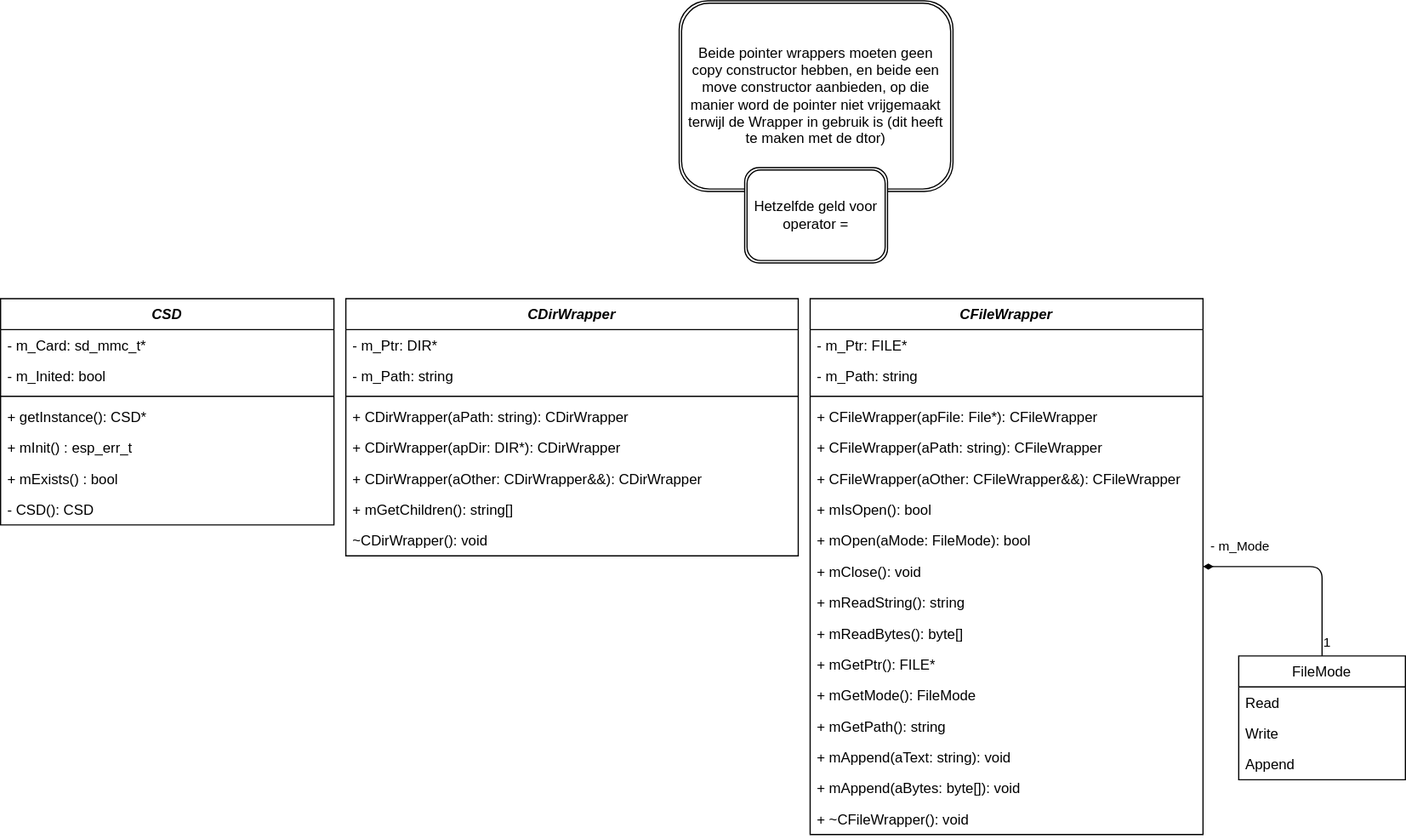
The draw.io diagram uml/sd-abstraction.drawio.svg in SenseBoxTI/FirmwareDesign, before a commit. Source tidied: cells renumbered, new cells last; positions are measured from the earlier drawing's top-left corner, leaving out a move shared by most shapes.
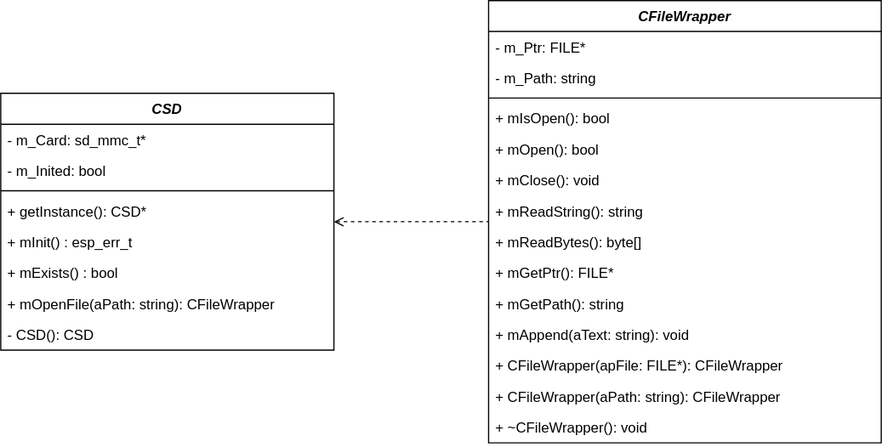
Above is the later version.

Commit message:
Remove c++ specific method definitions, remove dirs since those won't be used

The edit, as a diff of the source:
```diff
@@ -2,8 +2,11 @@
   <root>
     <mxCell id="0" />
     <mxCell id="1" parent="0" />
+    <mxCell id="46" style="edgeStyle=none;html=1;exitX=1;exitY=0.5;exitDx=0;exitDy=0;entryX=0;entryY=0.5;entryDx=0;entryDy=0;startArrow=open;startFill=0;endArrow=none;endFill=0;dashed=1;" parent="1" edge="1" source="2" target="10">
+      <mxGeometry relative="1" as="geometry" />
+    </mxCell>
     <mxCell id="2" value="CSD" style="swimlane;fontStyle=3;align=center;verticalAlign=top;horizontal=1;startSize=26;" parent="1" vertex="1">
-      <mxGeometry y="250" width="280" height="190" as="geometry" />
+      <mxGeometry x="-110" y="328" width="280" height="216" as="geometry" />
     </mxCell>
     <mxCell id="3" value="- m_Card: sd_mmc_t*" style="text;strokeColor=none;fillColor=none;align=left;verticalAlign=top;spacingLeft=4;spacingRight=4;overflow=hidden;" parent="2" vertex="1">
       <mxGeometry y="26" width="280" height="26" as="geometry" />
@@ -23,11 +26,14 @@
     <mxCell id="8" value="+ mExists() : bool" style="text;strokeColor=none;fillColor=none;align=left;verticalAlign=top;spacingLeft=4;spacingRight=4;overflow=hidden;fontStyle=0;" parent="2" vertex="1">
       <mxGeometry y="138" width="280" height="26" as="geometry" />
     </mxCell>
+    <mxCell id="38" value="+ mOpenFile(aPath: string): CFileWrapper" style="text;strokeColor=none;fillColor=none;align=left;verticalAlign=top;spacingLeft=4;spacingRight=4;overflow=hidden;" parent="2" vertex="1">
+      <mxGeometry y="164" width="280" height="26" as="geometry" />
+    </mxCell>
     <mxCell id="9" value="- CSD(): CSD" style="text;strokeColor=none;fillColor=none;align=left;verticalAlign=top;spacingLeft=4;spacingRight=4;overflow=hidden;" parent="2" vertex="1">
-      <mxGeometry y="164" width="280" height="26" as="geometry" />
+      <mxGeometry y="190" width="280" height="26" as="geometry" />
     </mxCell>
     <mxCell id="10" value="CFileWrapper" style="swimlane;fontStyle=3;align=center;verticalAlign=top;horizontal=1;startSize=26;" parent="1" vertex="1">
-      <mxGeometry x="680" y="250" width="330" height="450" as="geometry" />
+      <mxGeometry x="300" y="250" width="330" height="372" as="geometry" />
     </mxCell>
     <mxCell id="11" value="- m_Ptr: FILE*" style="text;strokeColor=none;fillColor=none;align=left;verticalAlign=top;spacingLeft=4;spacingRight=4;overflow=hidden;" parent="10" vertex="1">
       <mxGeometry y="26" width="330" height="26" as="geometry" />
@@ -38,109 +44,38 @@
     <mxCell id="13" style="line;strokeWidth=1;fillColor=none;align=left;verticalAlign=middle;spacingTop=-1;spacingLeft=3;spacingRight=3;labelPosition=right;" parent="10" vertex="1">
       <mxGeometry y="78" width="330" height="8" as="geometry" />
     </mxCell>
-    <mxCell id="14" value="+ CFileWrapper(apFile: File*): CFileWrapper" style="text;strokeColor=none;fillColor=none;align=left;verticalAlign=top;spacingLeft=4;spacingRight=4;overflow=hidden;" parent="10" vertex="1">
-      <mxGeometry y="86" width="330" height="26" as="geometry" />
-    </mxCell>
-    <mxCell id="15" value="+ CFileWrapper(aPath: string): CFileWrapper" style="text;strokeColor=none;fillColor=none;align=left;verticalAlign=top;spacingLeft=4;spacingRight=4;overflow=hidden;" parent="10" vertex="1">
-      <mxGeometry y="112" width="330" height="26" as="geometry" />
-    </mxCell>
-    <mxCell id="16" value="+ CFileWrapper(aOther: CFileWrapper&amp;&amp;): CFileWrapper" style="text;strokeColor=none;fillColor=none;align=left;verticalAlign=top;spacingLeft=4;spacingRight=4;overflow=hidden;" parent="10" vertex="1">
-      <mxGeometry y="138" width="330" height="26" as="geometry" />
-    </mxCell>
     <mxCell id="17" value="+ mIsOpen(): bool" style="text;strokeColor=none;fillColor=none;align=left;verticalAlign=top;spacingLeft=4;spacingRight=4;overflow=hidden;" parent="10" vertex="1">
-      <mxGeometry y="164" width="330" height="26" as="geometry" />
+      <mxGeometry y="86" width="330" height="26" as="geometry" />
     </mxCell>
-    <mxCell id="18" value="+ mOpen(aMode: FileMode): bool" style="text;strokeColor=none;fillColor=none;align=left;verticalAlign=top;spacingLeft=4;spacingRight=4;overflow=hidden;" parent="10" vertex="1">
-      <mxGeometry y="190" width="330" height="26" as="geometry" />
+    <mxCell id="18" value="+ mOpen(): bool" style="text;strokeColor=none;fillColor=none;align=left;verticalAlign=top;spacingLeft=4;spacingRight=4;overflow=hidden;" parent="10" vertex="1">
+      <mxGeometry y="112" width="330" height="26" as="geometry" />
     </mxCell>
     <mxCell id="19" value="+ mClose(): void" style="text;strokeColor=none;fillColor=none;align=left;verticalAlign=top;spacingLeft=4;spacingRight=4;overflow=hidden;" parent="10" vertex="1">
-      <mxGeometry y="216" width="330" height="26" as="geometry" />
+      <mxGeometry y="138" width="330" height="26" as="geometry" />
     </mxCell>
     <mxCell id="20" value="+ mReadString(): string" style="text;strokeColor=none;fillColor=none;align=left;verticalAlign=top;spacingLeft=4;spacingRight=4;overflow=hidden;" parent="10" vertex="1">
-      <mxGeometry y="242" width="330" height="26" as="geometry" />
+      <mxGeometry y="164" width="330" height="26" as="geometry" />
     </mxCell>
     <mxCell id="21" value="+ mReadBytes(): byte[]" style="text;strokeColor=none;fillColor=none;align=left;verticalAlign=top;spacingLeft=4;spacingRight=4;overflow=hidden;" parent="10" vertex="1">
-      <mxGeometry y="268" width="330" height="26" as="geometry" />
+      <mxGeometry y="190" width="330" height="26" as="geometry" />
     </mxCell>
     <mxCell id="22" value="+ mGetPtr(): FILE*" style="text;strokeColor=none;fillColor=none;align=left;verticalAlign=top;spacingLeft=4;spacingRight=4;overflow=hidden;" parent="10" vertex="1">
-      <mxGeometry y="294" width="330" height="26" as="geometry" />
+      <mxGeometry y="216" width="330" height="26" as="geometry" />
     </mxCell>
-    <mxCell id="23" value="+ mGetMode(): FileMode" style="text;strokeColor=none;fillColor=none;align=left;verticalAlign=top;spacingLeft=4;spacingRight=4;overflow=hidden;" parent="10" vertex="1">
-      <mxGeometry y="320" width="330" height="26" as="geometry" />
-    </mxCell>
     <mxCell id="24" value="+ mGetPath(): string" style="text;strokeColor=none;fillColor=none;align=left;verticalAlign=top;spacingLeft=4;spacingRight=4;overflow=hidden;" parent="10" vertex="1">
-      <mxGeometry y="346" width="330" height="26" as="geometry" />
+      <mxGeometry y="242" width="330" height="26" as="geometry" />
     </mxCell>
     <mxCell id="25" value="+ mAppend(aText: string): void" style="text;strokeColor=none;fillColor=none;align=left;verticalAlign=top;spacingLeft=4;spacingRight=4;overflow=hidden;" parent="10" vertex="1">
-      <mxGeometry y="372" width="330" height="26" as="geometry" />
+      <mxGeometry y="268" width="330" height="26" as="geometry" />
     </mxCell>
-    <mxCell id="26" value="+ mAppend(aBytes: byte[]): void" style="text;strokeColor=none;fillColor=none;align=left;verticalAlign=top;spacingLeft=4;spacingRight=4;overflow=hidden;" parent="10" vertex="1">
-      <mxGeometry y="398" width="330" height="26" as="geometry" />
-    </mxCell>
+    <mxCell id="14" value="+ CFileWrapper(apFile: FILE*): CFileWrapper" style="text;strokeColor=none;fillColor=none;align=left;verticalAlign=top;spacingLeft=4;spacingRight=4;overflow=hidden;" parent="10" vertex="1">
+      <mxGeometry y="294" width="330" height="26" as="geometry" />
+    </mxCell>
+    <mxCell id="15" value="+ CFileWrapper(aPath: string): CFileWrapper" style="text;strokeColor=none;fillColor=none;align=left;verticalAlign=top;spacingLeft=4;spacingRight=4;overflow=hidden;" parent="10" vertex="1">
+      <mxGeometry y="320" width="330" height="26" as="geometry" />
+    </mxCell>
     <mxCell id="27" value="+ ~CFileWrapper(): void" style="text;strokeColor=none;fillColor=none;align=left;verticalAlign=top;spacingLeft=4;spacingRight=4;overflow=hidden;" parent="10" vertex="1">
-      <mxGeometry y="424" width="330" height="26" as="geometry" />
+      <mxGeometry y="346" width="330" height="26" as="geometry" />
     </mxCell>
-    <mxCell id="28" value="Beide pointer wrappers moeten geen copy constructor hebben, en beide een move constructor aanbieden, op die manier word de pointer niet vrijgemaakt terwijl de Wrapper in gebruik is (dit heeft te maken met de dtor)" style="shape=ext;double=1;rounded=1;whiteSpace=wrap;html=1;" parent="1" vertex="1">
-      <mxGeometry x="570" width="230" height="160" as="geometry" />
-    </mxCell>
-    <mxCell id="29" value="Hetzelfde geld voor operator =" style="shape=ext;double=1;rounded=1;whiteSpace=wrap;html=1;" parent="1" vertex="1">
-      <mxGeometry x="625" y="140" width="120" height="80" as="geometry" />
-    </mxCell>
-    <mxCell id="30" value="CDirWrapper" style="swimlane;fontStyle=3;align=center;verticalAlign=top;horizontal=1;startSize=26;" parent="1" vertex="1">
-      <mxGeometry x="290" y="250" width="380" height="216" as="geometry" />
-    </mxCell>
-    <mxCell id="31" value="- m_Ptr: DIR*" style="text;strokeColor=none;fillColor=none;align=left;verticalAlign=top;spacingLeft=4;spacingRight=4;overflow=hidden;" parent="30" vertex="1">
-      <mxGeometry y="26" width="380" height="26" as="geometry" />
-    </mxCell>
-    <mxCell id="32" value="- m_Path: string" style="text;strokeColor=none;fillColor=none;align=left;verticalAlign=top;spacingLeft=4;spacingRight=4;overflow=hidden;" parent="30" vertex="1">
-      <mxGeometry y="52" width="380" height="26" as="geometry" />
-    </mxCell>
-    <mxCell id="33" style="line;strokeWidth=1;fillColor=none;align=left;verticalAlign=middle;spacingTop=-1;spacingLeft=3;spacingRight=3;labelPosition=right;" parent="30" vertex="1">
-      <mxGeometry y="78" width="380" height="8" as="geometry" />
-    </mxCell>
-    <mxCell id="34" value="+ CDirWrapper(aPath: string): CDirWrapper" style="text;strokeColor=none;fillColor=none;align=left;verticalAlign=top;spacingLeft=4;spacingRight=4;overflow=hidden;" parent="30" vertex="1">
-      <mxGeometry y="86" width="380" height="26" as="geometry" />
-    </mxCell>
-    <mxCell id="35" value="+ CDirWrapper(apDir: DIR*): CDirWrapper" style="text;strokeColor=none;fillColor=none;align=left;verticalAlign=top;spacingLeft=4;spacingRight=4;overflow=hidden;" parent="30" vertex="1">
-      <mxGeometry y="112" width="380" height="26" as="geometry" />
-    </mxCell>
-    <mxCell id="36" value="+ CDirWrapper(aOther: CDirWrapper&amp;&amp;): CDirWrapper" style="text;strokeColor=none;fillColor=none;align=left;verticalAlign=top;spacingLeft=4;spacingRight=4;overflow=hidden;" parent="30" vertex="1">
-      <mxGeometry y="138" width="380" height="26" as="geometry" />
-    </mxCell>
-    <mxCell id="37" value="+ mGetChildren(): string[]" style="text;strokeColor=none;fillColor=none;align=left;verticalAlign=top;spacingLeft=4;spacingRight=4;overflow=hidden;" parent="30" vertex="1">
-      <mxGeometry y="164" width="380" height="26" as="geometry" />
-    </mxCell>
-    <mxCell id="38" value="~CDirWrapper(): void" style="text;strokeColor=none;fillColor=none;align=left;verticalAlign=top;spacingLeft=4;spacingRight=4;overflow=hidden;" parent="30" vertex="1">
-      <mxGeometry y="190" width="380" height="26" as="geometry" />
-    </mxCell>
-    <mxCell id="39" style="edgeStyle=none;html=1;startArrow=diamondThin;startFill=1;endArrow=none;endFill=0;entryX=0.5;entryY=0;entryDx=0;entryDy=0;exitX=1;exitY=0.5;exitDx=0;exitDy=0;" parent="1" edge="1" source="10" target="42">
-      <mxGeometry relative="1" as="geometry">
-        <Array as="points">
-          <mxPoint x="1110" y="475" />
-        </Array>
-      </mxGeometry>
-    </mxCell>
-    <mxCell id="40" value="- m_Mode" style="edgeLabel;html=1;align=center;verticalAlign=middle;" parent="39" vertex="1">
-      <mxGeometry x="-0.79" y="3" relative="1" as="geometry">
-        <mxPoint x="12" y="-15" as="offset" />
-      </mxGeometry>
-    </mxCell>
-    <mxCell id="41" value="1" style="edgeLabel;html=1;align=center;verticalAlign=middle;" parent="39" vertex="1">
-      <mxGeometry x="0.8" y="3" relative="1" as="geometry">
-        <mxPoint y="6" as="offset" />
-      </mxGeometry>
-    </mxCell>
-    <mxCell id="42" value="FileMode" style="swimlane;fontStyle=0;horizontal=1;startSize=26;fillColor=none;" parent="1" vertex="1">
-      <mxGeometry x="1040" y="550" width="140" height="104" as="geometry" />
-    </mxCell>
-    <mxCell id="43" value="Read" style="text;strokeColor=none;fillColor=none;align=left;verticalAlign=top;spacingLeft=4;spacingRight=4;overflow=hidden;" parent="42" vertex="1">
-      <mxGeometry y="26" width="140" height="26" as="geometry" />
-    </mxCell>
-    <mxCell id="44" value="Write" style="text;strokeColor=none;fillColor=none;align=left;verticalAlign=top;spacingLeft=4;spacingRight=4;overflow=hidden;" parent="42" vertex="1">
-      <mxGeometry y="52" width="140" height="26" as="geometry" />
-    </mxCell>
-    <mxCell id="45" value="Append" style="text;strokeColor=none;fillColor=none;align=left;verticalAlign=top;spacingLeft=4;spacingRight=4;overflow=hidden;" parent="42" vertex="1">
-      <mxGeometry y="78" width="140" height="26" as="geometry" />
-    </mxCell>
   </root>
 </mxGraphModel>
```
